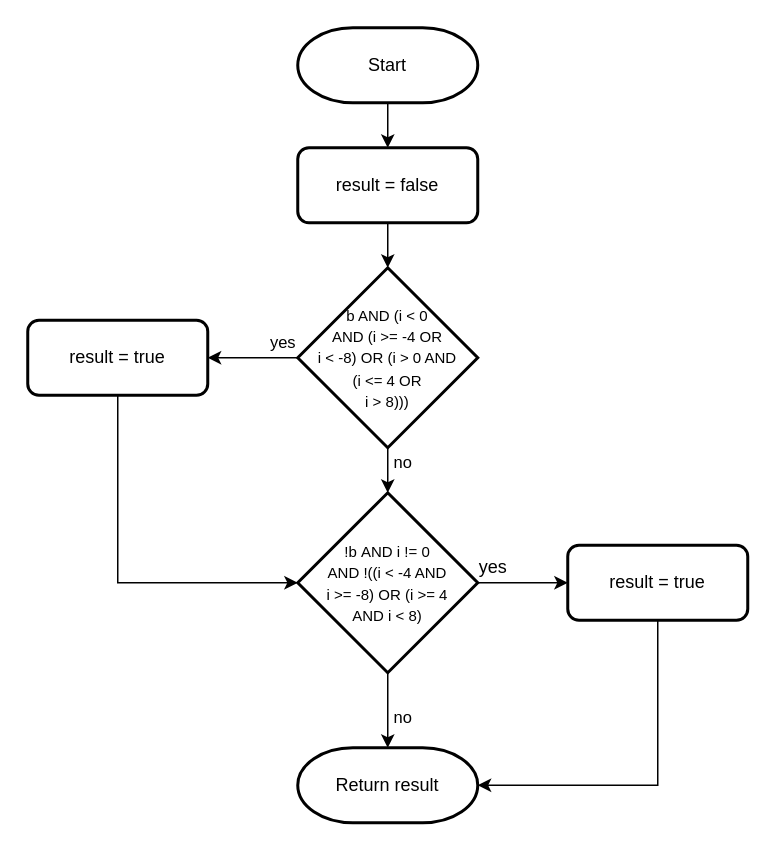
The draw.io diagram page "task 9" (15 of 17) of images/diagrams.drawio in sgorgun/if-statements, before the edit. Source tidied: cells renumbered, new cells numbered last; positions are measured from the earlier drawing's top-left corner, leaving out a move shared by most shapes. Both pictures are drawn from the tidied source at 150%, with x=0, y=0 at pixel (27, 27).
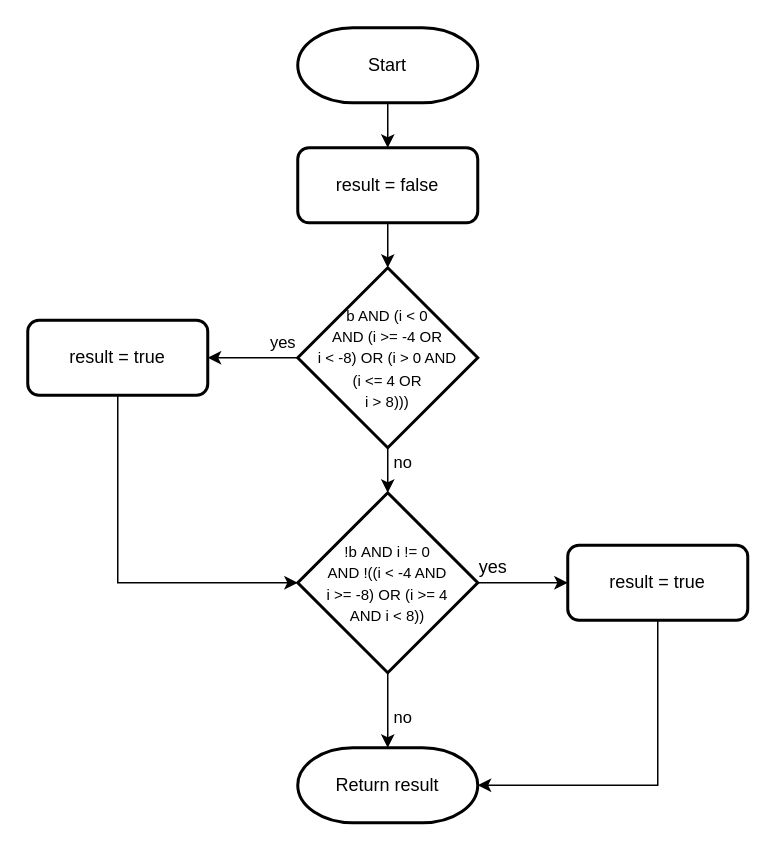
Above is the later version.

What changed in the source:
```diff
@@
 <mxGraphModel>
   <root>
     <mxCell id="0" />
     <mxCell id="1" parent="0" />
     <mxCell id="2" style="edgeStyle=orthogonalEdgeStyle;rounded=0;jettySize=auto;html=1;" parent="1" edge="1" source="3" target="8">
       <mxGeometry relative="1" as="geometry" />
     </mxCell>
     <mxCell id="3" value="Start" style="strokeWidth=2;html=1;shape=mxgraph.flowchart.terminator;whiteSpace=wrap;" parent="1" vertex="1">
       <mxGeometry x="180" width="120" height="50" as="geometry" />
     </mxCell>
     <mxCell id="4" value="no" style="edgeStyle=orthogonalEdgeStyle;rounded=0;jettySize=auto;html=1;exitX=0.5;exitY=1;exitDx=0;exitDy=0;" parent="1" edge="1" source="6" target="13">
       <mxGeometry x="0.2" y="10" relative="1" as="geometry" />
     </mxCell>
     <mxCell id="5" value="yes" style="edgeStyle=orthogonalEdgeStyle;rounded=0;jettySize=auto;html=1;" parent="1" edge="1" source="6" target="10">
       <mxGeometry x="-0.67" y="-10" relative="1" as="geometry" />
     </mxCell>
     <mxCell id="6" value="&lt;font style=&quot;font-size: 10px&quot;&gt;b AND (i &amp;lt; 0&lt;br&gt;AND (i &amp;gt;= -4 OR&lt;br&gt;i &amp;lt; -8) OR (i &amp;gt; 0 AND&lt;br&gt;(i &amp;lt;= 4 OR&lt;br&gt;i &amp;gt; 8)))&lt;/font&gt;" style="rhombus;whiteSpace=wrap;html=1;rounded=0;strokeWidth=2;" parent="1" vertex="1">
       <mxGeometry x="180" y="160" width="120" height="120" as="geometry" />
     </mxCell>
     <mxCell id="7" style="edgeStyle=orthogonalEdgeStyle;rounded=0;jettySize=auto;html=1;" parent="1" edge="1" source="8" target="6">
       <mxGeometry relative="1" as="geometry" />
     </mxCell>
     <mxCell id="8" value="result = false" style="rounded=1;whiteSpace=wrap;html=1;strokeWidth=2;" parent="1" vertex="1">
       <mxGeometry x="180" y="80" width="120" height="50" as="geometry" />
     </mxCell>
     <mxCell id="9" style="edgeStyle=orthogonalEdgeStyle;rounded=0;jettySize=auto;html=1;" parent="1" edge="1" source="10" target="13">
       <mxGeometry relative="1" as="geometry">
         <Array as="points">
           <mxPoint x="60" y="370" />
         </Array>
       </mxGeometry>
     </mxCell>
     <mxCell id="10" value="result = true" style="rounded=1;whiteSpace=wrap;html=1;strokeWidth=2;" parent="1" vertex="1">
       <mxGeometry y="195" width="120" height="50" as="geometry" />
     </mxCell>
     <mxCell id="11" value="&lt;font style=&quot;font-size: 11px&quot;&gt;no&lt;/font&gt;" style="edgeStyle=orthogonalEdgeStyle;rounded=0;jettySize=auto;html=1;fontSize=9;" parent="1" edge="1" source="13" target="16">
       <mxGeometry x="0.2" y="10" relative="1" as="geometry" />
     </mxCell>
     <mxCell id="12" value="&lt;font style=&quot;font-size: 12px&quot;&gt;yes&lt;/font&gt;" style="edgeStyle=orthogonalEdgeStyle;rounded=0;jettySize=auto;html=1;fontSize=10;" parent="1" edge="1" source="13" target="15">
       <mxGeometry x="-0.67" y="10" relative="1" as="geometry" />
     </mxCell>
-    <mxCell id="13" value="&lt;span style=&quot;font-size: 10px&quot;&gt;!b&amp;nbsp;AND i != 0&lt;br&gt;AND !((i &amp;lt; -4 AND&lt;br&gt;i &amp;gt;= -8) OR (i &amp;gt;= 4&lt;br&gt;AND i &amp;lt; 8)&lt;/span&gt;" style="rhombus;whiteSpace=wrap;html=1;rounded=0;strokeWidth=2;" parent="1" vertex="1">
+    <mxCell id="13" value="&lt;span style=&quot;font-size: 10px&quot;&gt;!b&amp;nbsp;AND i != 0&lt;br&gt;AND !((i &amp;lt; -4 AND&lt;br&gt;i &amp;gt;= -8) OR (i &amp;gt;= 4&lt;br&gt;AND i &amp;lt; 8))&lt;/span&gt;" style="rhombus;whiteSpace=wrap;html=1;rounded=0;strokeWidth=2;" parent="1" vertex="1">
       <mxGeometry x="180" y="310" width="120" height="120" as="geometry" />
     </mxCell>
     <mxCell id="14" style="edgeStyle=orthogonalEdgeStyle;rounded=0;jettySize=auto;html=1;fontSize=10;" parent="1" edge="1" source="15" target="16">
       <mxGeometry relative="1" as="geometry">
         <Array as="points">
           <mxPoint x="420" y="505" />
         </Array>
       </mxGeometry>
     </mxCell>
     <mxCell id="15" value="result = true" style="rounded=1;whiteSpace=wrap;html=1;strokeWidth=2;" parent="1" vertex="1">
       <mxGeometry x="360" y="345" width="120" height="50" as="geometry" />
     </mxCell>
     <mxCell id="16" value="Return result" style="strokeWidth=2;html=1;shape=mxgraph.flowchart.terminator;whiteSpace=wrap;" parent="1" vertex="1">
       <mxGeometry x="180" y="480" width="120" height="50" as="geometry" />
     </mxCell>
   </root>
 </mxGraphModel>
```
